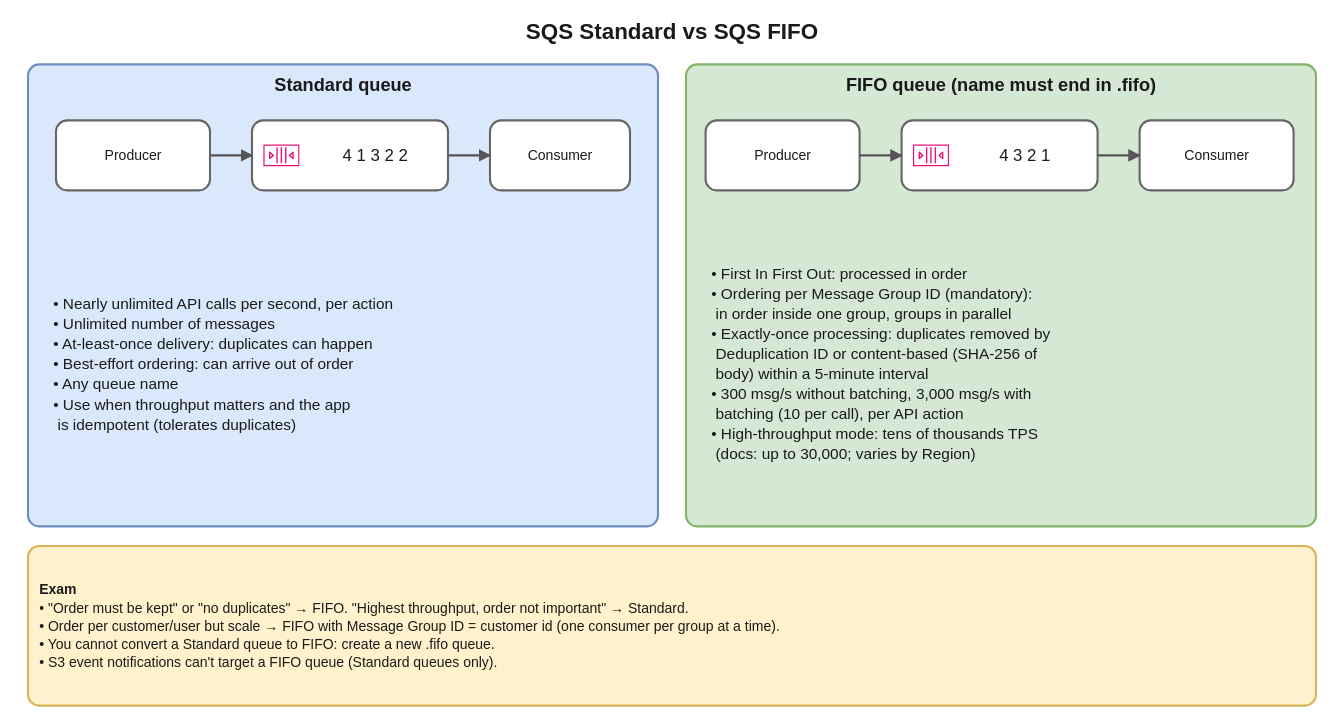
This is interview-prep/aws/diagrams/msg-04-standard-vs-fifo.drawio.svg from suraj9741/interview, a draw.io export, as it was before one commit. Source tidied: cells renumbered, new cells last; positions are measured from the earlier drawing's top-left corner, leaving out a move shared by most shapes.
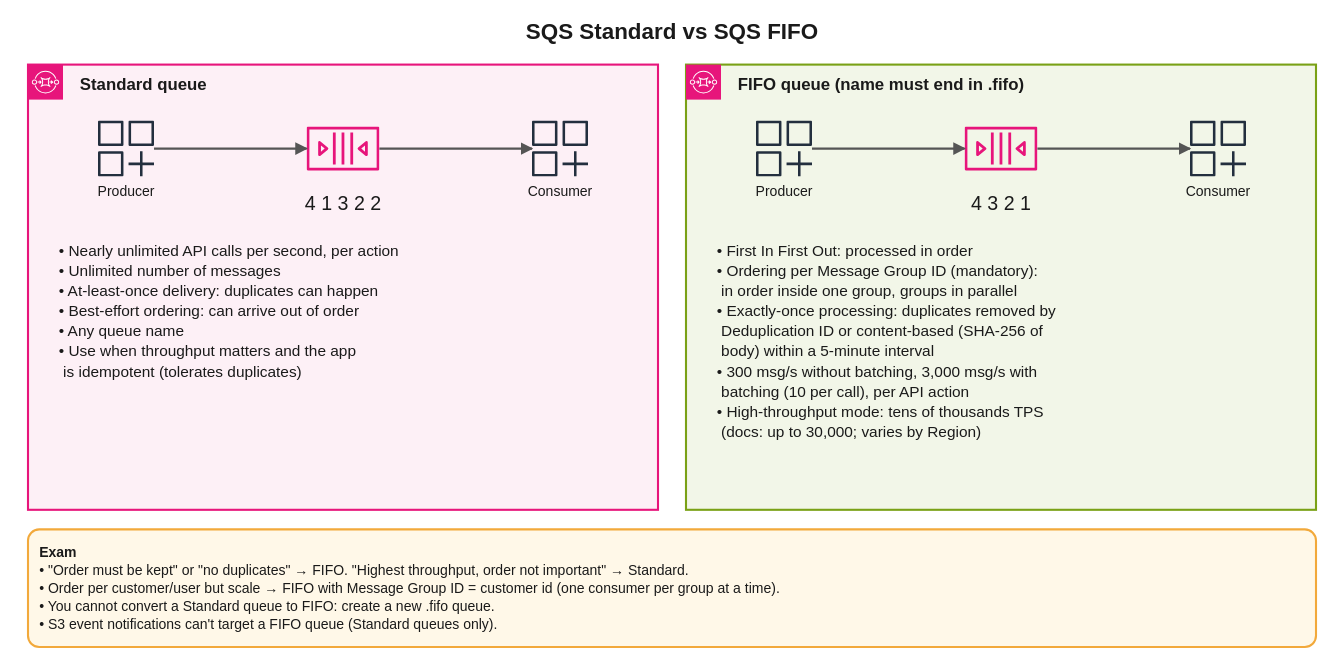
The same file after the commit.

The edit, as a diff of the source:
```diff
@@ -5,55 +5,73 @@
     <mxCell id="2" value="SQS Standard vs SQS FIFO" style="text;strokeColor=none;fillColor=none;whiteSpace=wrap;html=1;fontSize=16;fontColor=#1a1a1a;fontFamily=Helvetica;align=center;verticalAlign=middle;fontStyle=1;" parent="1" vertex="1">
       <mxGeometry width="960" height="28" as="geometry" />
     </mxCell>
-    <mxCell id="3" value="Standard queue" style="rounded=1;absoluteArcSize=1;arcSize=16;fillColor=#dae8fc;strokeColor=#6c8ebf;strokeWidth=1.5;whiteSpace=wrap;html=1;fontSize=13;fontColor=#1a1a1a;fontFamily=Helvetica;align=center;verticalAlign=top;fontStyle=1;spacingTop=2;spacingBottom=2;" parent="1" vertex="1">
-      <mxGeometry x="20" y="38" width="450" height="330" as="geometry" />
+    <mxCell id="3" value="Standard queue" style="rounded=0;fillColor=#FDF0F6;strokeColor=#E7157B;strokeWidth=1.5;whiteSpace=wrap;html=1;fontSize=12;fontColor=#1a1a1a;fontFamily=Helvetica;align=left;verticalAlign=top;fontStyle=1;spacingLeft=35;spacingTop=2;spacingBottom=2;" parent="1" vertex="1">
+      <mxGeometry x="20" y="38" width="450" height="318" as="geometry" />
     </mxCell>
-    <mxCell id="4" value="Producer" style="rounded=1;absoluteArcSize=1;arcSize=16;fillColor=#ffffff;strokeColor=#666666;strokeWidth=1.5;whiteSpace=wrap;html=1;fontSize=10;fontColor=#1a1a1a;fontFamily=Helvetica;align=center;verticalAlign=middle;" parent="1" vertex="1">
-      <mxGeometry x="40" y="78" width="110" height="50" as="geometry" />
-    </mxCell>
+    <mxCell id="20" style="sketch=0;fontColor=#232F3E;gradientColor=none;dashed=0;verticalLabelPosition=bottom;verticalAlign=top;align=center;html=1;fontSize=12;fontStyle=0;fillColor=#E7157B;strokeColor=#ffffff;shape=mxgraph.aws4.resourceIcon;resIcon=mxgraph.aws4.sqs;" parent="1" vertex="1">
+      <mxGeometry x="20" y="38" width="25" height="25" as="geometry" />
+    </mxCell>
+    <mxCell id="21" style="sketch=0;outlineConnect=0;fontColor=#232F3E;gradientColor=none;dashed=0;verticalLabelPosition=bottom;verticalAlign=top;align=center;html=1;fontSize=12;fontStyle=0;fillColor=#232F3E;strokeColor=none;shape=mxgraph.aws4.generic_application;" parent="1" vertex="1">
+      <mxGeometry x="70" y="78" width="40" height="40" as="geometry" />
+    </mxCell>
+    <mxCell id="22" value="Producer" style="text;strokeColor=none;fillColor=none;whiteSpace=wrap;html=1;fontSize=10;fontColor=#1a1a1a;fontFamily=Helvetica;align=center;verticalAlign=middle;" parent="1" vertex="1">
+      <mxGeometry x="40" y="120" width="100" height="17" as="geometry" />
+    </mxCell>
+    <mxCell id="23" style="sketch=0;outlineConnect=0;fontColor=#232F3E;gradientColor=none;dashed=0;verticalLabelPosition=bottom;verticalAlign=top;align=center;html=1;fontSize=12;fontStyle=0;fillColor=#E7157B;strokeColor=none;shape=mxgraph.aws4.queue;" parent="1" vertex="1">
+      <mxGeometry x="219" y="72" width="52" height="52" as="geometry" />
+    </mxCell>
-    <mxCell id="5" value="4 1 3 2 2" style="rounded=1;absoluteArcSize=1;arcSize=16;fillColor=#ffffff;strokeColor=#666666;strokeWidth=1.5;whiteSpace=wrap;html=1;fontSize=12;fontColor=#1a1a1a;fontFamily=Helvetica;align=center;verticalAlign=middle;spacingLeft=36;" parent="1" vertex="1">
-      <mxGeometry x="180" y="78" width="140" height="50" as="geometry" />
+    <mxCell id="5" value="4 1 3 2 2" style="text;strokeColor=none;fillColor=none;whiteSpace=wrap;html=1;fontSize=14;fontColor=#1a1a1a;fontFamily=Helvetica;align=center;verticalAlign=middle;" parent="1" vertex="1">
+      <mxGeometry x="175" y="126" width="140" height="22" as="geometry" />
     </mxCell>
-    <mxCell id="6" style="sketch=0;fontColor=#232F3E;gradientColor=none;dashed=0;verticalLabelPosition=bottom;verticalAlign=top;align=center;html=1;fontSize=12;fontStyle=0;fillColor=#E7157B;strokeColor=none;shape=mxgraph.aws4.queue;" parent="1" vertex="1">
-      <mxGeometry x="188" y="90" width="26" height="26" as="geometry" />
-    </mxCell>
-    <mxCell id="7" value="Consumer" style="rounded=1;absoluteArcSize=1;arcSize=16;fillColor=#ffffff;strokeColor=#666666;strokeWidth=1.5;whiteSpace=wrap;html=1;fontSize=10;fontColor=#1a1a1a;fontFamily=Helvetica;align=center;verticalAlign=middle;" parent="1" vertex="1">
-      <mxGeometry x="350" y="78" width="100" height="50" as="geometry" />
-    </mxCell>
+    <mxCell id="24" style="sketch=0;outlineConnect=0;fontColor=#232F3E;gradientColor=none;dashed=0;verticalLabelPosition=bottom;verticalAlign=top;align=center;html=1;fontSize=12;fontStyle=0;fillColor=#232F3E;strokeColor=none;shape=mxgraph.aws4.generic_application;" parent="1" vertex="1">
+      <mxGeometry x="380" y="78" width="40" height="40" as="geometry" />
+    </mxCell>
+    <mxCell id="25" value="Consumer" style="text;strokeColor=none;fillColor=none;whiteSpace=wrap;html=1;fontSize=10;fontColor=#1a1a1a;fontFamily=Helvetica;align=center;verticalAlign=middle;" parent="1" vertex="1">
+      <mxGeometry x="350" y="120" width="100" height="17" as="geometry" />
+    </mxCell>
-    <mxCell id="8" value="• Nearly unlimited API calls per second, per action&lt;br&gt;• Unlimited number of messages&lt;br&gt;• At-least-once delivery: duplicates can happen&lt;br&gt;• Best-effort ordering: can arrive out of order&lt;br&gt;• Any queue name&lt;br&gt;• Use when throughput matters and the app&lt;br&gt;  is idempotent (tolerates duplicates)" style="text;strokeColor=none;fillColor=none;whiteSpace=wrap;html=1;fontSize=11;fontColor=#1a1a1a;fontFamily=Helvetica;align=left;verticalAlign=middle;spacingLeft=6;" parent="1" vertex="1">
-      <mxGeometry x="30" y="142" width="430" height="220" as="geometry" />
+    <mxCell id="8" value="• Nearly unlimited API calls per second, per action&lt;br&gt;• Unlimited number of messages&lt;br&gt;• At-least-once delivery: duplicates can happen&lt;br&gt;• Best-effort ordering: can arrive out of order&lt;br&gt;• Any queue name&lt;br&gt;• Use when throughput matters and the app&lt;br&gt;  is idempotent (tolerates duplicates)" style="text;strokeColor=none;fillColor=none;whiteSpace=wrap;html=1;fontSize=11;fontColor=#1a1a1a;fontFamily=Helvetica;align=left;verticalAlign=top;spacingLeft=6;spacingTop=2;spacingBottom=2;" parent="1" vertex="1">
+      <mxGeometry x="34" y="158" width="430" height="190" as="geometry" />
     </mxCell>
-    <mxCell id="9" value="FIFO queue (name must end in .fifo)" style="rounded=1;absoluteArcSize=1;arcSize=16;fillColor=#d5e8d4;strokeColor=#82b366;strokeWidth=1.5;whiteSpace=wrap;html=1;fontSize=13;fontColor=#1a1a1a;fontFamily=Helvetica;align=center;verticalAlign=top;fontStyle=1;spacingTop=2;spacingBottom=2;" parent="1" vertex="1">
-      <mxGeometry x="490" y="38" width="450" height="330" as="geometry" />
+    <mxCell id="9" value="FIFO queue (name must end in .fifo)" style="rounded=0;fillColor=#F2F6E8;strokeColor=#7AA116;strokeWidth=1.5;whiteSpace=wrap;html=1;fontSize=12;fontColor=#1a1a1a;fontFamily=Helvetica;align=left;verticalAlign=top;fontStyle=1;spacingLeft=35;spacingTop=2;spacingBottom=2;" parent="1" vertex="1">
+      <mxGeometry x="490" y="38" width="450" height="318" as="geometry" />
     </mxCell>
-    <mxCell id="10" value="Producer" style="rounded=1;absoluteArcSize=1;arcSize=16;fillColor=#ffffff;strokeColor=#666666;strokeWidth=1.5;whiteSpace=wrap;html=1;fontSize=10;fontColor=#1a1a1a;fontFamily=Helvetica;align=center;verticalAlign=middle;" parent="1" vertex="1">
-      <mxGeometry x="504" y="78" width="110" height="50" as="geometry" />
-    </mxCell>
+    <mxCell id="26" style="sketch=0;fontColor=#232F3E;gradientColor=none;dashed=0;verticalLabelPosition=bottom;verticalAlign=top;align=center;html=1;fontSize=12;fontStyle=0;fillColor=#E7157B;strokeColor=#ffffff;shape=mxgraph.aws4.resourceIcon;resIcon=mxgraph.aws4.sqs;" parent="1" vertex="1">
+      <mxGeometry x="490" y="38" width="25" height="25" as="geometry" />
+    </mxCell>
+    <mxCell id="27" style="sketch=0;outlineConnect=0;fontColor=#232F3E;gradientColor=none;dashed=0;verticalLabelPosition=bottom;verticalAlign=top;align=center;html=1;fontSize=12;fontStyle=0;fillColor=#232F3E;strokeColor=none;shape=mxgraph.aws4.generic_application;" parent="1" vertex="1">
+      <mxGeometry x="540" y="78" width="40" height="40" as="geometry" />
+    </mxCell>
+    <mxCell id="28" value="Producer" style="text;strokeColor=none;fillColor=none;whiteSpace=wrap;html=1;fontSize=10;fontColor=#1a1a1a;fontFamily=Helvetica;align=center;verticalAlign=middle;" parent="1" vertex="1">
+      <mxGeometry x="510" y="120" width="100" height="17" as="geometry" />
+    </mxCell>
+    <mxCell id="29" style="sketch=0;outlineConnect=0;fontColor=#232F3E;gradientColor=none;dashed=0;verticalLabelPosition=bottom;verticalAlign=top;align=center;html=1;fontSize=12;fontStyle=0;fillColor=#E7157B;strokeColor=none;shape=mxgraph.aws4.queue;" parent="1" vertex="1">
+      <mxGeometry x="689" y="72" width="52" height="52" as="geometry" />
+    </mxCell>
-    <mxCell id="11" value="4 3 2 1" style="rounded=1;absoluteArcSize=1;arcSize=16;fillColor=#ffffff;strokeColor=#666666;strokeWidth=1.5;whiteSpace=wrap;html=1;fontSize=12;fontColor=#1a1a1a;fontFamily=Helvetica;align=center;verticalAlign=middle;spacingLeft=36;" parent="1" vertex="1">
-      <mxGeometry x="644" y="78" width="140" height="50" as="geometry" />
+    <mxCell id="11" value="4 3 2 1" style="text;strokeColor=none;fillColor=none;whiteSpace=wrap;html=1;fontSize=14;fontColor=#1a1a1a;fontFamily=Helvetica;align=center;verticalAlign=middle;" parent="1" vertex="1">
+      <mxGeometry x="645" y="126" width="140" height="22" as="geometry" />
     </mxCell>
-    <mxCell id="12" style="sketch=0;fontColor=#232F3E;gradientColor=none;dashed=0;verticalLabelPosition=bottom;verticalAlign=top;align=center;html=1;fontSize=12;fontStyle=0;fillColor=#E7157B;strokeColor=none;shape=mxgraph.aws4.queue;" parent="1" vertex="1">
-      <mxGeometry x="652" y="90" width="26" height="26" as="geometry" />
-    </mxCell>
-    <mxCell id="13" value="Consumer" style="rounded=1;absoluteArcSize=1;arcSize=16;fillColor=#ffffff;strokeColor=#666666;strokeWidth=1.5;whiteSpace=wrap;html=1;fontSize=10;fontColor=#1a1a1a;fontFamily=Helvetica;align=center;verticalAlign=middle;" parent="1" vertex="1">
-      <mxGeometry x="814" y="78" width="110" height="50" as="geometry" />
-    </mxCell>
+    <mxCell id="30" style="sketch=0;outlineConnect=0;fontColor=#232F3E;gradientColor=none;dashed=0;verticalLabelPosition=bottom;verticalAlign=top;align=center;html=1;fontSize=12;fontStyle=0;fillColor=#232F3E;strokeColor=none;shape=mxgraph.aws4.generic_application;" parent="1" vertex="1">
+      <mxGeometry x="850" y="78" width="40" height="40" as="geometry" />
+    </mxCell>
+    <mxCell id="31" value="Consumer" style="text;strokeColor=none;fillColor=none;whiteSpace=wrap;html=1;fontSize=10;fontColor=#1a1a1a;fontFamily=Helvetica;align=center;verticalAlign=middle;" parent="1" vertex="1">
+      <mxGeometry x="820" y="120" width="100" height="17" as="geometry" />
+    </mxCell>
-    <mxCell id="14" value="• First In First Out: processed in order&lt;br&gt;• Ordering per Message Group ID (mandatory):&lt;br&gt;  in order inside one group, groups in parallel&lt;br&gt;• Exactly-once processing: duplicates removed by&lt;br&gt;  Deduplication ID or content-based (SHA-256 of&lt;br&gt;  body) within a 5-minute interval&lt;br&gt;• 300 msg/s without batching, 3,000 msg/s with&lt;br&gt;  batching (10 per call), per API action&lt;br&gt;• High-throughput mode: tens of thousands TPS&lt;br&gt;  (docs: up to 30,000; varies by Region)" style="text;strokeColor=none;fillColor=none;whiteSpace=wrap;html=1;fontSize=11;fontColor=#1a1a1a;fontFamily=Helvetica;align=left;verticalAlign=middle;spacingLeft=6;" parent="1" vertex="1">
-      <mxGeometry x="500" y="142" width="430" height="220" as="geometry" />
+    <mxCell id="14" value="• First In First Out: processed in order&lt;br&gt;• Ordering per Message Group ID (mandatory):&lt;br&gt;  in order inside one group, groups in parallel&lt;br&gt;• Exactly-once processing: duplicates removed by&lt;br&gt;  Deduplication ID or content-based (SHA-256 of&lt;br&gt;  body) within a 5-minute interval&lt;br&gt;• 300 msg/s without batching, 3,000 msg/s with&lt;br&gt;  batching (10 per call), per API action&lt;br&gt;• High-throughput mode: tens of thousands TPS&lt;br&gt;  (docs: up to 30,000; varies by Region)" style="text;strokeColor=none;fillColor=none;whiteSpace=wrap;html=1;fontSize=11;fontColor=#1a1a1a;fontFamily=Helvetica;align=left;verticalAlign=top;spacingLeft=6;spacingTop=2;spacingBottom=2;" parent="1" vertex="1">
+      <mxGeometry x="504" y="158" width="430" height="190" as="geometry" />
     </mxCell>
-    <mxCell id="15" value="&lt;b&gt;Exam&lt;/b&gt;&lt;br&gt;• &quot;Order must be kept&quot; or &quot;no duplicates&quot; → FIFO. &quot;Highest throughput, order not important&quot; → Standard.&lt;br&gt;• Order per customer/user but scale → FIFO with Message Group ID = customer id (one consumer per group at a time).&lt;br&gt;• You cannot convert a Standard queue to FIFO: create a new .fifo queue.&lt;br&gt;• S3 event notifications can't target a FIFO queue (Standard queues only)." style="rounded=1;absoluteArcSize=1;arcSize=16;fillColor=#fff2cc;strokeColor=#d6b656;strokeWidth=1.5;whiteSpace=wrap;html=1;fontSize=10;fontColor=#1a1a1a;fontFamily=Helvetica;align=left;verticalAlign=middle;spacingLeft=6;" parent="1" vertex="1">
-      <mxGeometry x="20" y="382" width="920" height="114" as="geometry" />
+    <mxCell id="15" value="&lt;b&gt;Exam&lt;/b&gt;&lt;br&gt;• &quot;Order must be kept&quot; or &quot;no duplicates&quot; → FIFO. &quot;Highest throughput, order not important&quot; → Standard.&lt;br&gt;• Order per customer/user but scale → FIFO with Message Group ID = customer id (one consumer per group at a time).&lt;br&gt;• You cannot convert a Standard queue to FIFO: create a new .fifo queue.&lt;br&gt;• S3 event notifications can't target a FIFO queue (Standard queues only)." style="rounded=1;absoluteArcSize=1;arcSize=16;fillColor=#FFF8E8;strokeColor=#F2A93B;strokeWidth=1.5;whiteSpace=wrap;html=1;fontSize=10;fontColor=#1a1a1a;fontFamily=Helvetica;align=left;verticalAlign=middle;spacingLeft=6;" parent="1" vertex="1">
+      <mxGeometry x="20" y="370" width="920" height="84" as="geometry" />
     </mxCell>
-    <mxCell id="16" style="html=1;rounded=0;endArrow=classic;endFill=1;strokeColor=#555555;strokeWidth=1.5;fontSize=10;fontColor=#1a1a1a;labelBackgroundColor=#ffffff;startArrow=none;" parent="1" edge="1" source="4" target="5">
+    <mxCell id="16" style="html=1;rounded=0;endArrow=classic;endFill=1;strokeColor=#555555;strokeWidth=1.5;fontSize=10;fontColor=#1a1a1a;labelBackgroundColor=#ffffff;startArrow=none;" parent="1" edge="1" source="21" target="23">
       <mxGeometry relative="1" as="geometry" />
     </mxCell>
-    <mxCell id="17" style="html=1;rounded=0;endArrow=classic;endFill=1;strokeColor=#555555;strokeWidth=1.5;fontSize=10;fontColor=#1a1a1a;labelBackgroundColor=#ffffff;startArrow=none;" parent="1" edge="1" source="5" target="7">
+    <mxCell id="17" style="html=1;rounded=0;endArrow=classic;endFill=1;strokeColor=#555555;strokeWidth=1.5;fontSize=10;fontColor=#1a1a1a;labelBackgroundColor=#ffffff;startArrow=none;" parent="1" edge="1" source="23" target="24">
       <mxGeometry relative="1" as="geometry" />
     </mxCell>
-    <mxCell id="18" style="html=1;rounded=0;endArrow=classic;endFill=1;strokeColor=#555555;strokeWidth=1.5;fontSize=10;fontColor=#1a1a1a;labelBackgroundColor=#ffffff;startArrow=none;" parent="1" edge="1" source="10" target="11">
+    <mxCell id="18" style="html=1;rounded=0;endArrow=classic;endFill=1;strokeColor=#555555;strokeWidth=1.5;fontSize=10;fontColor=#1a1a1a;labelBackgroundColor=#ffffff;startArrow=none;" parent="1" edge="1" source="27" target="29">
       <mxGeometry relative="1" as="geometry" />
     </mxCell>
-    <mxCell id="19" style="html=1;rounded=0;endArrow=classic;endFill=1;strokeColor=#555555;strokeWidth=1.5;fontSize=10;fontColor=#1a1a1a;labelBackgroundColor=#ffffff;startArrow=none;" parent="1" edge="1" source="11" target="13">
+    <mxCell id="19" style="html=1;rounded=0;endArrow=classic;endFill=1;strokeColor=#555555;strokeWidth=1.5;fontSize=10;fontColor=#1a1a1a;labelBackgroundColor=#ffffff;startArrow=none;" parent="1" edge="1" source="29" target="30">
       <mxGeometry relative="1" as="geometry" />
     </mxCell>
   </root>
```
